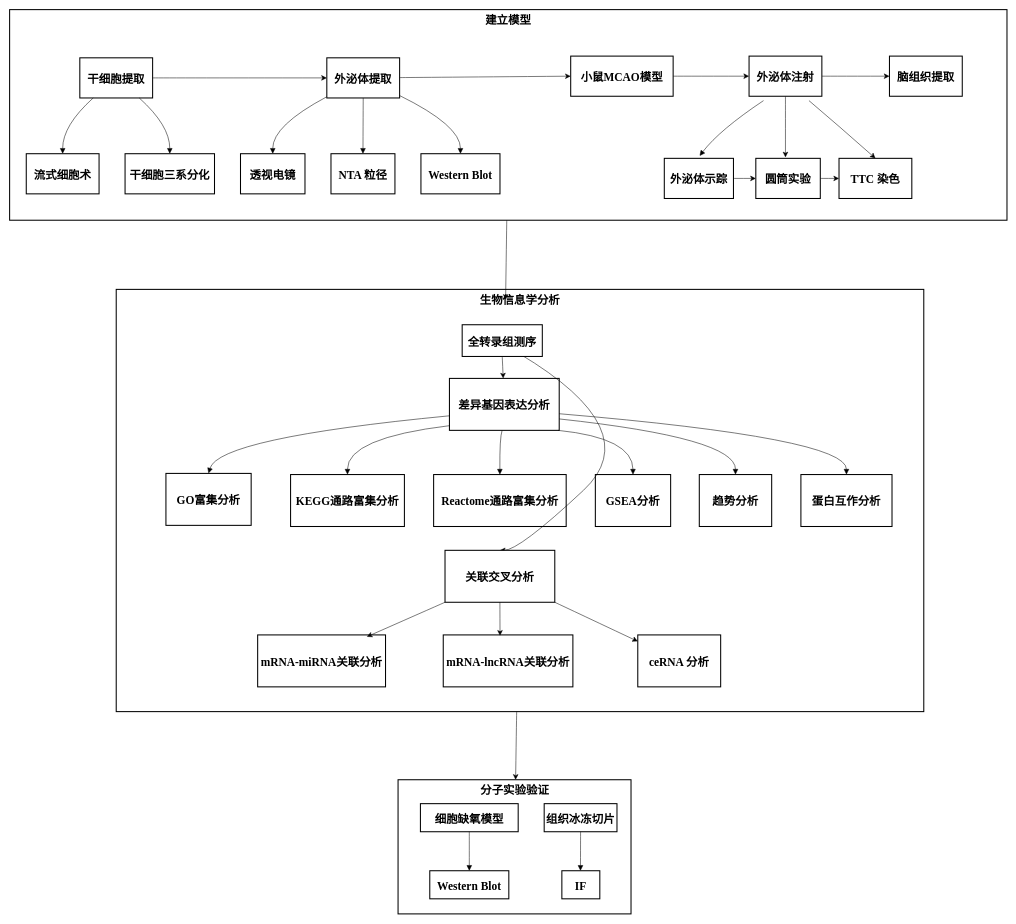
Before: Untitled Diagram.drawio in jawnwiz/picture, a draw.io diagram. Source tidied: cells renumbered, new cells numbered last; positions are measured from the earlier drawing's top-left corner, leaving out a move shared by most shapes. Both pictures are drawn from the tidied source at 52%, with x=0, y=0 at pixel (9, 9).
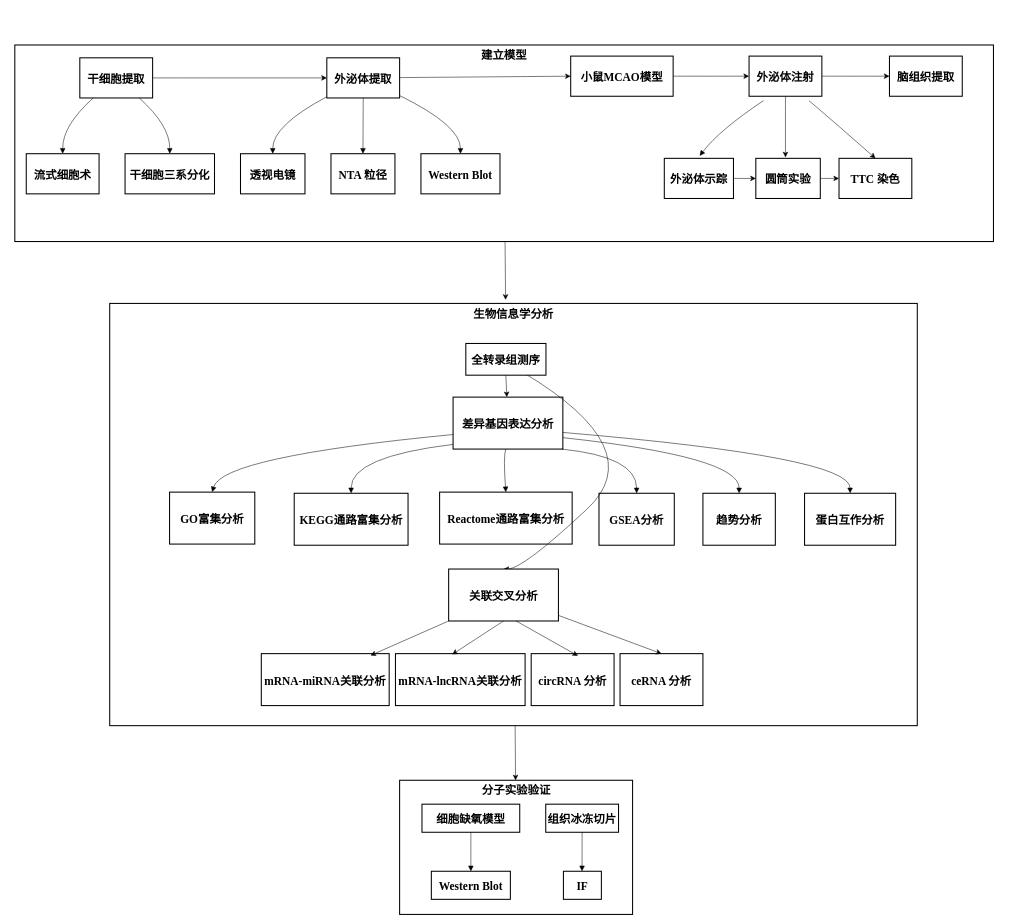
Above is the later version.

Unchanged cells that the change refers to:
```xml
<mxCell id="31" value="关联交叉分析" style="strokeWidth=2;fontFamily=Times New Roman;fontStyle=1;fontSize=22;" parent="9" vertex="1">
  <mxGeometry x="632.3" y="501.8" width="211.1" height="99.9" as="geometry" />
</mxCell>
```

Diff of the diagram source:
```diff
@@
     <mxCell id="2" value="分子实验验证" style="strokeWidth=2;verticalAlign=top;fontFamily=Times New Roman;fontStyle=1;fontSize=22;html=1;" parent="1" vertex="1">
-      <mxGeometry x="747" y="1481" width="448" height="258" as="geometry" />
+      <mxGeometry x="750" y="1482" width="448" height="258" as="geometry" />
     </mxCell>
@@
     <mxCell id="9" style="group;" parent="1" vertex="1">
-      <mxGeometry x="205" y="538" width="1553" height="812" as="geometry" />
+      <mxGeometry x="212" y="574" width="1553" height="812" as="geometry" />
     </mxCell>
     <mxCell id="10" value="生物信息学分析" style="strokeWidth=2;verticalAlign=top;fontFamily=Times New Roman;fontStyle=1;fontSize=22;" parent="9" vertex="1">
-      <mxGeometry width="1553" height="812" as="geometry" />
+      <mxGeometry x="-19.5" y="-9" width="1553" height="812" as="geometry" />
     </mxCell>
@@
     <mxCell id="14" value="Reactome通路富集分析" style="strokeWidth=2;fontFamily=Times New Roman;fontStyle=1;fontSize=22;" parent="9" vertex="1">
-      <mxGeometry x="610.4" y="356.1" width="254.9" height="99.9" as="geometry" />
+      <mxGeometry x="614.9" y="353.9" width="254.9" height="99.9" as="geometry" />
     </mxCell>
@@
     <mxCell id="19" value="mRNA-lncRNA关联分析" style="strokeWidth=2;fontFamily=Times New Roman;fontStyle=1;fontSize=22;" parent="9" vertex="1">
-      <mxGeometry x="628.9" y="664.5" width="249.3" height="99.9" as="geometry" />
+      <mxGeometry x="530" y="664.5" width="249.3" height="99.9" as="geometry" />
     </mxCell>
     <mxCell id="20" value="ceRNA 分析" style="strokeWidth=2;fontFamily=Times New Roman;fontStyle=1;fontSize=22;" parent="9" vertex="1">
-      <mxGeometry x="1003" y="664.5" width="159.4" height="99.9" as="geometry" />
+      <mxGeometry x="961.9" y="664.5" width="159.4" height="99.9" as="geometry" />
     </mxCell>
@@
-    <mxCell id="30" style="edgeStyle=none;curved=1;rounded=0;jettySize=auto;html=1;exitX=1;exitY=1;exitDx=0;exitDy=0;fontSize=22;startSize=8;endSize=8;fontFamily=Times New Roman;fontStyle=1;" parent="9" edge="1" source="31" target="20">
+    <mxCell id="30" style="edgeStyle=none;curved=1;rounded=0;jettySize=auto;html=1;fontSize=22;startSize=8;endSize=8;fontFamily=Times New Roman;fontStyle=1;entryX=0.5;entryY=0;entryDx=0;entryDy=0;" parent="9" edge="1" source="31" target="20">
       <mxGeometry relative="1" as="geometry" />
     </mxCell>
@@
+    <mxCell id="64" value="circRNA 分析" style="strokeWidth=2;fontFamily=Times New Roman;fontStyle=1;fontSize=22;" parent="9" vertex="1">
+      <mxGeometry x="791" y="664.5" width="159.4" height="99.9" as="geometry" />
+    </mxCell>
+    <mxCell id="65" style="edgeStyle=none;curved=1;rounded=0;orthogonalLoop=1;jettySize=auto;html=1;exitX=1;exitY=1;exitDx=0;exitDy=0;fontSize=22;startSize=8;endSize=8;fontFamily=Times New Roman;fontStyle=1;" parent="9" edge="1">
+      <mxGeometry relative="1" as="geometry">
+        <mxPoint x="762" y="601.7" as="sourcePoint" />
+        <mxPoint x="881" y="668.7" as="targetPoint" />
+      </mxGeometry>
+    </mxCell>
@@
     <mxCell id="36" value="建立模型" style="strokeWidth=2;verticalAlign=top;fontFamily=Times New Roman;fontStyle=1;fontSize=22;" parent="1" vertex="1">
-      <mxGeometry width="1918" height="405" as="geometry" />
+      <mxGeometry x="10" y="68" width="1882" height="378" as="geometry" />
     </mxCell>
```
